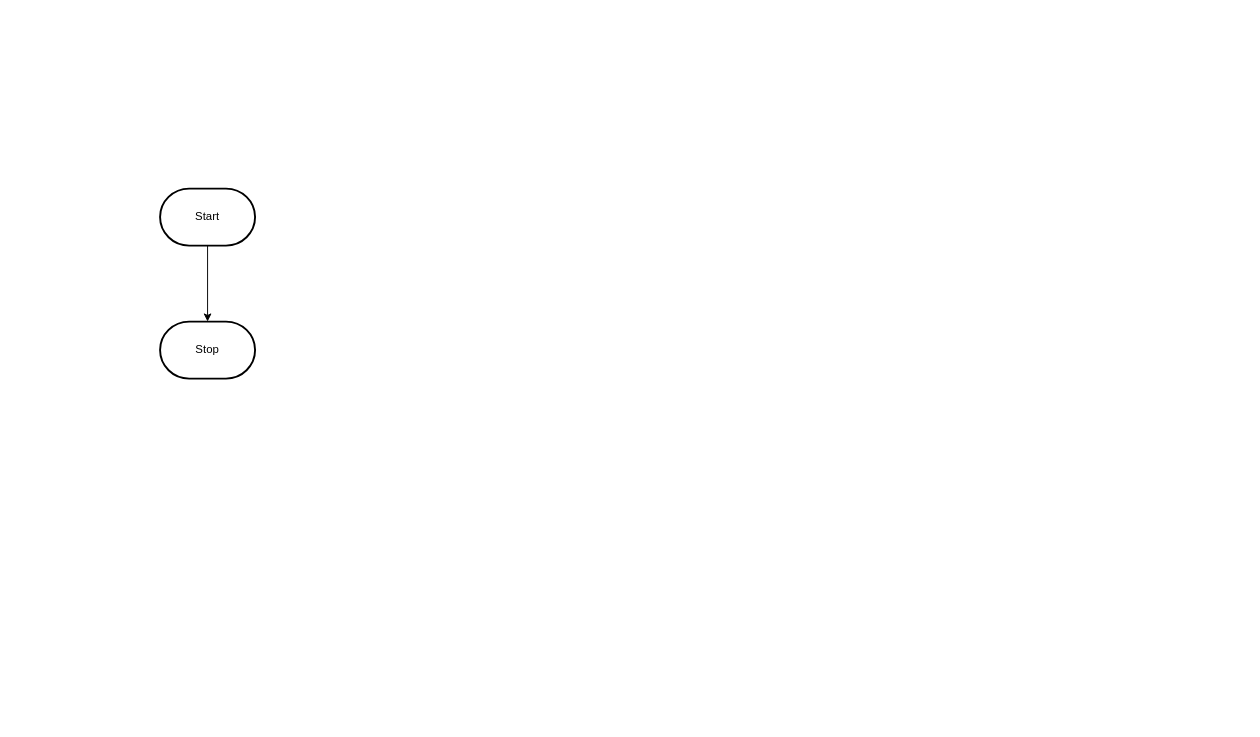
The draw.io diagram design/flowchart.drawio in MTHS-ICD2O-1-2023/ICD2O-Assignment-04-Adam-Batiuk, before the edit. Source tidied: cells renumbered, new cells numbered last; positions are measured from the earlier drawing's top-left corner, leaving out a move shared by most shapes. Both pictures are drawn from the tidied source at 95%, with x=0, y=0 at pixel (160, 188).
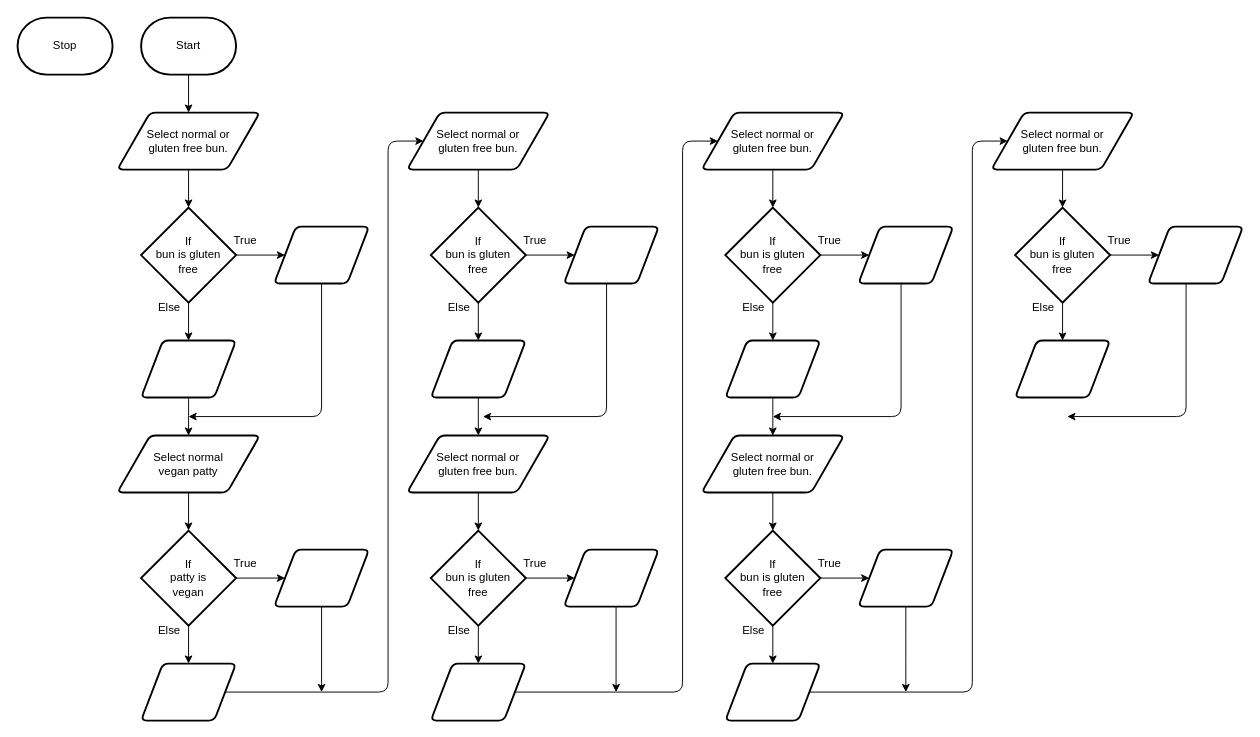
After the change.

Change to the diagram source:
```diff
@@
-    <mxCell id="2" style="edgeStyle=orthogonalEdgeStyle;html=1;rounded=0;" parent="1" edge="1" source="3" target="4">
-      <mxGeometry relative="1" as="geometry" />
-    </mxCell>
+    <mxCell id="5" style="edgeStyle=none;html=1;" parent="1" edge="1" source="3" target="7">
+      <mxGeometry relative="1" as="geometry" />
+    </mxCell>
     <mxCell id="3" value="Start" style="strokeWidth=2;html=1;shape=mxgraph.flowchart.terminator;whiteSpace=wrap;" parent="1" vertex="1">
-      <mxGeometry width="100" height="60" as="geometry" />
+      <mxGeometry x="-20" y="-180" width="100" height="60" as="geometry" />
     </mxCell>
     <mxCell id="4" value="Stop" style="strokeWidth=2;html=1;shape=mxgraph.flowchart.terminator;whiteSpace=wrap;" parent="1" vertex="1">
-      <mxGeometry y="140" width="100" height="60" as="geometry" />
+      <mxGeometry x="-150" y="-180" width="100" height="60" as="geometry" />
     </mxCell>
+    <mxCell id="6" style="edgeStyle=none;html=1;" parent="1" edge="1" source="7" target="10">
+      <mxGeometry relative="1" as="geometry" />
+    </mxCell>
+    <mxCell id="7" value="Select normal or &lt;br&gt;gluten free bun." style="shape=parallelogram;html=1;strokeWidth=2;perimeter=parallelogramPerimeter;whiteSpace=wrap;rounded=1;arcSize=12;size=0.23;" parent="1" vertex="1">
+      <mxGeometry x="-45" y="-80" width="150" height="60" as="geometry" />
+    </mxCell>
+    <mxCell id="8" style="edgeStyle=none;html=1;" parent="1" edge="1" source="10" target="12">
+      <mxGeometry relative="1" as="geometry" />
+    </mxCell>
+    <mxCell id="9" style="edgeStyle=none;html=1;" parent="1" edge="1" source="10" target="14">
+      <mxGeometry relative="1" as="geometry" />
+    </mxCell>
+    <mxCell id="10" value="If&lt;br&gt;bun is gluten &lt;br&gt;free" style="strokeWidth=2;html=1;shape=mxgraph.flowchart.decision;whiteSpace=wrap;" parent="1" vertex="1">
+      <mxGeometry x="-20" y="20" width="100" height="100" as="geometry" />
+    </mxCell>
+    <mxCell id="11" style="edgeStyle=elbowEdgeStyle;html=1;" parent="1" edge="1" source="12">
+      <mxGeometry relative="1" as="geometry">
+        <mxPoint x="30" y="240" as="targetPoint" />
+        <Array as="points">
+          <mxPoint x="170" y="160" />
+        </Array>
+      </mxGeometry>
+    </mxCell>
+    <mxCell id="12" style="shape=parallelogram;html=1;strokeWidth=2;perimeter=parallelogramPerimeter;whiteSpace=wrap;rounded=1;arcSize=12;size=0.23;" parent="1" vertex="1">
+      <mxGeometry x="120" y="40" width="100" height="60" as="geometry" />
+    </mxCell>
+    <mxCell id="13" style="edgeStyle=orthogonalEdgeStyle;curved=1;html=1;" parent="1" edge="1" source="14" target="18">
+      <mxGeometry relative="1" as="geometry" />
+    </mxCell>
+    <mxCell id="14" style="shape=parallelogram;html=1;strokeWidth=2;perimeter=parallelogramPerimeter;whiteSpace=wrap;rounded=1;arcSize=12;size=0.23;" parent="1" vertex="1">
+      <mxGeometry x="-20" y="160" width="100" height="60" as="geometry" />
+    </mxCell>
+    <mxCell id="15" value="True" style="text;html=1;strokeColor=none;fillColor=none;align=center;verticalAlign=middle;whiteSpace=wrap;rounded=0;" parent="1" vertex="1">
+      <mxGeometry x="60" y="40" width="60" height="30" as="geometry" />
+    </mxCell>
+    <mxCell id="16" value="Else" style="text;html=1;strokeColor=none;fillColor=none;align=center;verticalAlign=middle;whiteSpace=wrap;rounded=0;" parent="1" vertex="1">
+      <mxGeometry x="-20" y="110" width="60" height="30" as="geometry" />
+    </mxCell>
+    <mxCell id="17" style="edgeStyle=none;html=1;" parent="1" edge="1" source="18" target="21">
+      <mxGeometry relative="1" as="geometry" />
+    </mxCell>
+    <mxCell id="18" value="Select normal &lt;br&gt;vegan patty" style="shape=parallelogram;html=1;strokeWidth=2;perimeter=parallelogramPerimeter;whiteSpace=wrap;rounded=1;arcSize=12;size=0.23;" parent="1" vertex="1">
+      <mxGeometry x="-45" y="260" width="150" height="60" as="geometry" />
+    </mxCell>
+    <mxCell id="19" style="edgeStyle=none;html=1;" parent="1" edge="1" source="21" target="23">
+      <mxGeometry relative="1" as="geometry" />
+    </mxCell>
+    <mxCell id="20" style="edgeStyle=none;html=1;" parent="1" edge="1" source="21" target="25">
+      <mxGeometry relative="1" as="geometry" />
+    </mxCell>
+    <mxCell id="21" value="If&lt;br&gt;patty is &lt;br&gt;vegan" style="strokeWidth=2;html=1;shape=mxgraph.flowchart.decision;whiteSpace=wrap;" parent="1" vertex="1">
+      <mxGeometry x="-20" y="360" width="100" height="100" as="geometry" />
+    </mxCell>
+    <mxCell id="22" style="edgeStyle=elbowEdgeStyle;html=1;" parent="1" edge="1" source="23">
+      <mxGeometry relative="1" as="geometry">
+        <mxPoint x="170" y="530" as="targetPoint" />
+      </mxGeometry>
+    </mxCell>
+    <mxCell id="23" style="shape=parallelogram;html=1;strokeWidth=2;perimeter=parallelogramPerimeter;whiteSpace=wrap;rounded=1;arcSize=12;size=0.23;" parent="1" vertex="1">
+      <mxGeometry x="120" y="380" width="100" height="60" as="geometry" />
+    </mxCell>
+    <mxCell id="24" style="edgeStyle=elbowEdgeStyle;html=1;" parent="1" edge="1" source="25" target="29">
+      <mxGeometry relative="1" as="geometry">
+        <Array as="points">
+          <mxPoint x="240" y="230" />
+        </Array>
+      </mxGeometry>
+    </mxCell>
+    <mxCell id="25" style="shape=parallelogram;html=1;strokeWidth=2;perimeter=parallelogramPerimeter;whiteSpace=wrap;rounded=1;arcSize=12;size=0.23;" parent="1" vertex="1">
+      <mxGeometry x="-20" y="500" width="100" height="60" as="geometry" />
+    </mxCell>
+    <mxCell id="26" value="True" style="text;html=1;strokeColor=none;fillColor=none;align=center;verticalAlign=middle;whiteSpace=wrap;rounded=0;" parent="1" vertex="1">
+      <mxGeometry x="60" y="380" width="60" height="30" as="geometry" />
+    </mxCell>
+    <mxCell id="27" value="Else" style="text;html=1;strokeColor=none;fillColor=none;align=center;verticalAlign=middle;whiteSpace=wrap;rounded=0;" parent="1" vertex="1">
+      <mxGeometry x="-20" y="450" width="60" height="30" as="geometry" />
+    </mxCell>
+    <mxCell id="28" style="edgeStyle=none;html=1;" parent="1" edge="1" source="29" target="32">
+      <mxGeometry relative="1" as="geometry" />
+    </mxCell>
+    <mxCell id="29" value="Select normal or &lt;br&gt;gluten free bun." style="shape=parallelogram;html=1;strokeWidth=2;perimeter=parallelogramPerimeter;whiteSpace=wrap;rounded=1;arcSize=12;size=0.23;" parent="1" vertex="1">
+      <mxGeometry x="260" y="-80" width="150" height="60" as="geometry" />
+    </mxCell>
+    <mxCell id="30" style="edgeStyle=none;html=1;" parent="1" edge="1" source="32" target="34">
+      <mxGeometry relative="1" as="geometry" />
+    </mxCell>
+    <mxCell id="31" style="edgeStyle=none;html=1;" parent="1" edge="1" source="32" target="36">
+      <mxGeometry relative="1" as="geometry" />
+    </mxCell>
+    <mxCell id="32" value="If&lt;br&gt;bun is gluten &lt;br&gt;free" style="strokeWidth=2;html=1;shape=mxgraph.flowchart.decision;whiteSpace=wrap;" parent="1" vertex="1">
+      <mxGeometry x="285" y="20" width="100" height="100" as="geometry" />
+    </mxCell>
+    <mxCell id="33" style="edgeStyle=elbowEdgeStyle;html=1;" parent="1" edge="1" source="34">
+      <mxGeometry relative="1" as="geometry">
+        <mxPoint x="340" y="240" as="targetPoint" />
+        <Array as="points">
+          <mxPoint x="470" y="160" />
+        </Array>
+      </mxGeometry>
+    </mxCell>
+    <mxCell id="34" style="shape=parallelogram;html=1;strokeWidth=2;perimeter=parallelogramPerimeter;whiteSpace=wrap;rounded=1;arcSize=12;size=0.23;" parent="1" vertex="1">
+      <mxGeometry x="425" y="40" width="100" height="60" as="geometry" />
+    </mxCell>
+    <mxCell id="35" style="edgeStyle=elbowEdgeStyle;html=1;" parent="1" edge="1" source="36" target="40">
+      <mxGeometry relative="1" as="geometry" />
+    </mxCell>
+    <mxCell id="36" style="shape=parallelogram;html=1;strokeWidth=2;perimeter=parallelogramPerimeter;whiteSpace=wrap;rounded=1;arcSize=12;size=0.23;" parent="1" vertex="1">
+      <mxGeometry x="285" y="160" width="100" height="60" as="geometry" />
+    </mxCell>
+    <mxCell id="37" value="True" style="text;html=1;strokeColor=none;fillColor=none;align=center;verticalAlign=middle;whiteSpace=wrap;rounded=0;" parent="1" vertex="1">
+      <mxGeometry x="365" y="40" width="60" height="30" as="geometry" />
+    </mxCell>
+    <mxCell id="38" value="Else" style="text;html=1;strokeColor=none;fillColor=none;align=center;verticalAlign=middle;whiteSpace=wrap;rounded=0;" parent="1" vertex="1">
+      <mxGeometry x="285" y="110" width="60" height="30" as="geometry" />
+    </mxCell>
+    <mxCell id="39" style="edgeStyle=none;html=1;" parent="1" edge="1" source="40" target="43">
+      <mxGeometry relative="1" as="geometry" />
+    </mxCell>
+    <mxCell id="40" value="Select normal or &lt;br&gt;gluten free bun." style="shape=parallelogram;html=1;strokeWidth=2;perimeter=parallelogramPerimeter;whiteSpace=wrap;rounded=1;arcSize=12;size=0.23;" parent="1" vertex="1">
+      <mxGeometry x="260" y="260" width="150" height="60" as="geometry" />
+    </mxCell>
+    <mxCell id="41" style="edgeStyle=none;html=1;" parent="1" edge="1" source="43" target="45">
+      <mxGeometry relative="1" as="geometry" />
+    </mxCell>
+    <mxCell id="42" style="edgeStyle=none;html=1;" parent="1" edge="1" source="43" target="47">
+      <mxGeometry relative="1" as="geometry" />
+    </mxCell>
+    <mxCell id="43" value="If&lt;br&gt;bun is gluten &lt;br&gt;free" style="strokeWidth=2;html=1;shape=mxgraph.flowchart.decision;whiteSpace=wrap;" parent="1" vertex="1">
+      <mxGeometry x="285" y="360" width="100" height="100" as="geometry" />
+    </mxCell>
+    <mxCell id="44" style="edgeStyle=elbowEdgeStyle;html=1;" parent="1" edge="1" source="45">
+      <mxGeometry relative="1" as="geometry">
+        <mxPoint x="480" y="530" as="targetPoint" />
+      </mxGeometry>
+    </mxCell>
+    <mxCell id="45" style="shape=parallelogram;html=1;strokeWidth=2;perimeter=parallelogramPerimeter;whiteSpace=wrap;rounded=1;arcSize=12;size=0.23;" parent="1" vertex="1">
+      <mxGeometry x="425" y="380" width="100" height="60" as="geometry" />
+    </mxCell>
+    <mxCell id="46" style="edgeStyle=elbowEdgeStyle;html=1;" parent="1" edge="1" source="47" target="51">
+      <mxGeometry relative="1" as="geometry">
+        <Array as="points">
+          <mxPoint x="550" y="230" />
+        </Array>
+      </mxGeometry>
+    </mxCell>
+    <mxCell id="47" style="shape=parallelogram;html=1;strokeWidth=2;perimeter=parallelogramPerimeter;whiteSpace=wrap;rounded=1;arcSize=12;size=0.23;" parent="1" vertex="1">
+      <mxGeometry x="285" y="500" width="100" height="60" as="geometry" />
+    </mxCell>
+    <mxCell id="48" value="True" style="text;html=1;strokeColor=none;fillColor=none;align=center;verticalAlign=middle;whiteSpace=wrap;rounded=0;" parent="1" vertex="1">
+      <mxGeometry x="365" y="380" width="60" height="30" as="geometry" />
+    </mxCell>
+    <mxCell id="49" value="Else" style="text;html=1;strokeColor=none;fillColor=none;align=center;verticalAlign=middle;whiteSpace=wrap;rounded=0;" parent="1" vertex="1">
+      <mxGeometry x="285" y="450" width="60" height="30" as="geometry" />
+    </mxCell>
+    <mxCell id="50" style="edgeStyle=none;html=1;" parent="1" edge="1" source="51" target="54">
+      <mxGeometry relative="1" as="geometry" />
+    </mxCell>
+    <mxCell id="51" value="Select normal or &lt;br&gt;gluten free bun." style="shape=parallelogram;html=1;strokeWidth=2;perimeter=parallelogramPerimeter;whiteSpace=wrap;rounded=1;arcSize=12;size=0.23;" parent="1" vertex="1">
+      <mxGeometry x="570" y="-80" width="150" height="60" as="geometry" />
+    </mxCell>
+    <mxCell id="52" style="edgeStyle=none;html=1;" parent="1" edge="1" source="54" target="56">
+      <mxGeometry relative="1" as="geometry" />
+    </mxCell>
+    <mxCell id="53" style="edgeStyle=none;html=1;" parent="1" edge="1" source="54" target="58">
+      <mxGeometry relative="1" as="geometry" />
+    </mxCell>
+    <mxCell id="54" value="If&lt;br&gt;bun is gluten &lt;br&gt;free" style="strokeWidth=2;html=1;shape=mxgraph.flowchart.decision;whiteSpace=wrap;" parent="1" vertex="1">
+      <mxGeometry x="595" y="20" width="100" height="100" as="geometry" />
+    </mxCell>
+    <mxCell id="55" style="edgeStyle=elbowEdgeStyle;html=1;" parent="1" edge="1" source="56">
+      <mxGeometry relative="1" as="geometry">
+        <mxPoint x="645" y="240" as="targetPoint" />
+        <Array as="points">
+          <mxPoint x="780" y="160" />
+        </Array>
+      </mxGeometry>
+    </mxCell>
+    <mxCell id="56" style="shape=parallelogram;html=1;strokeWidth=2;perimeter=parallelogramPerimeter;whiteSpace=wrap;rounded=1;arcSize=12;size=0.23;" parent="1" vertex="1">
+      <mxGeometry x="735" y="40" width="100" height="60" as="geometry" />
+    </mxCell>
+    <mxCell id="57" style="edgeStyle=orthogonalEdgeStyle;curved=1;html=1;" parent="1" edge="1" source="58" target="62">
+      <mxGeometry relative="1" as="geometry" />
+    </mxCell>
+    <mxCell id="58" style="shape=parallelogram;html=1;strokeWidth=2;perimeter=parallelogramPerimeter;whiteSpace=wrap;rounded=1;arcSize=12;size=0.23;" parent="1" vertex="1">
+      <mxGeometry x="595" y="160" width="100" height="60" as="geometry" />
+    </mxCell>
+    <mxCell id="59" value="True" style="text;html=1;strokeColor=none;fillColor=none;align=center;verticalAlign=middle;whiteSpace=wrap;rounded=0;" parent="1" vertex="1">
+      <mxGeometry x="675" y="40" width="60" height="30" as="geometry" />
+    </mxCell>
+    <mxCell id="60" value="Else" style="text;html=1;strokeColor=none;fillColor=none;align=center;verticalAlign=middle;whiteSpace=wrap;rounded=0;" parent="1" vertex="1">
+      <mxGeometry x="595" y="110" width="60" height="30" as="geometry" />
+    </mxCell>
+    <mxCell id="61" style="edgeStyle=none;html=1;" parent="1" edge="1" source="62" target="65">
+      <mxGeometry relative="1" as="geometry" />
+    </mxCell>
+    <mxCell id="62" value="Select normal or &lt;br&gt;gluten free bun." style="shape=parallelogram;html=1;strokeWidth=2;perimeter=parallelogramPerimeter;whiteSpace=wrap;rounded=1;arcSize=12;size=0.23;" parent="1" vertex="1">
+      <mxGeometry x="570" y="260" width="150" height="60" as="geometry" />
+    </mxCell>
+    <mxCell id="63" style="edgeStyle=none;html=1;" parent="1" edge="1" source="65" target="67">
+      <mxGeometry relative="1" as="geometry" />
+    </mxCell>
+    <mxCell id="64" style="edgeStyle=none;html=1;" parent="1" edge="1" source="65" target="69">
+      <mxGeometry relative="1" as="geometry" />
+    </mxCell>
+    <mxCell id="65" value="If&lt;br&gt;bun is gluten &lt;br&gt;free" style="strokeWidth=2;html=1;shape=mxgraph.flowchart.decision;whiteSpace=wrap;" parent="1" vertex="1">
+      <mxGeometry x="595" y="360" width="100" height="100" as="geometry" />
+    </mxCell>
+    <mxCell id="66" style="edgeStyle=elbowEdgeStyle;html=1;" parent="1" edge="1" source="67">
+      <mxGeometry relative="1" as="geometry">
+        <mxPoint x="785" y="530" as="targetPoint" />
+      </mxGeometry>
+    </mxCell>
+    <mxCell id="67" style="shape=parallelogram;html=1;strokeWidth=2;perimeter=parallelogramPerimeter;whiteSpace=wrap;rounded=1;arcSize=12;size=0.23;" parent="1" vertex="1">
+      <mxGeometry x="735" y="380" width="100" height="60" as="geometry" />
+    </mxCell>
+    <mxCell id="68" style="edgeStyle=elbowEdgeStyle;html=1;" parent="1" edge="1" source="69" target="73">
+      <mxGeometry relative="1" as="geometry">
+        <Array as="points">
+          <mxPoint x="855" y="230" />
+        </Array>
+      </mxGeometry>
+    </mxCell>
+    <mxCell id="69" style="shape=parallelogram;html=1;strokeWidth=2;perimeter=parallelogramPerimeter;whiteSpace=wrap;rounded=1;arcSize=12;size=0.23;" parent="1" vertex="1">
+      <mxGeometry x="595" y="500" width="100" height="60" as="geometry" />
+    </mxCell>
+    <mxCell id="70" value="True" style="text;html=1;strokeColor=none;fillColor=none;align=center;verticalAlign=middle;whiteSpace=wrap;rounded=0;" parent="1" vertex="1">
+      <mxGeometry x="675" y="380" width="60" height="30" as="geometry" />
+    </mxCell>
+    <mxCell id="71" value="Else" style="text;html=1;strokeColor=none;fillColor=none;align=center;verticalAlign=middle;whiteSpace=wrap;rounded=0;" parent="1" vertex="1">
+      <mxGeometry x="595" y="450" width="60" height="30" as="geometry" />
+    </mxCell>
+    <mxCell id="72" style="edgeStyle=none;html=1;" parent="1" edge="1" source="73" target="76">
+      <mxGeometry relative="1" as="geometry" />
+    </mxCell>
+    <mxCell id="73" value="Select normal or &lt;br&gt;gluten free bun." style="shape=parallelogram;html=1;strokeWidth=2;perimeter=parallelogramPerimeter;whiteSpace=wrap;rounded=1;arcSize=12;size=0.23;" parent="1" vertex="1">
+      <mxGeometry x="875" y="-80" width="150" height="60" as="geometry" />
+    </mxCell>
+    <mxCell id="74" style="edgeStyle=none;html=1;" parent="1" edge="1" source="76" target="78">
+      <mxGeometry relative="1" as="geometry" />
+    </mxCell>
+    <mxCell id="75" style="edgeStyle=none;html=1;" parent="1" edge="1" source="76" target="79">
+      <mxGeometry relative="1" as="geometry" />
+    </mxCell>
+    <mxCell id="76" value="If&lt;br&gt;bun is gluten &lt;br&gt;free" style="strokeWidth=2;html=1;shape=mxgraph.flowchart.decision;whiteSpace=wrap;" parent="1" vertex="1">
+      <mxGeometry x="900" y="20" width="100" height="100" as="geometry" />
+    </mxCell>
+    <mxCell id="77" style="edgeStyle=elbowEdgeStyle;html=1;" parent="1" edge="1" source="78">
+      <mxGeometry relative="1" as="geometry">
+        <mxPoint x="955" y="240" as="targetPoint" />
+        <Array as="points">
+          <mxPoint x="1080" y="150" />
+        </Array>
+      </mxGeometry>
+    </mxCell>
+    <mxCell id="78" style="shape=parallelogram;html=1;strokeWidth=2;perimeter=parallelogramPerimeter;whiteSpace=wrap;rounded=1;arcSize=12;size=0.23;" parent="1" vertex="1">
+      <mxGeometry x="1040" y="40" width="100" height="60" as="geometry" />
+    </mxCell>
+    <mxCell id="79" style="shape=parallelogram;html=1;strokeWidth=2;perimeter=parallelogramPerimeter;whiteSpace=wrap;rounded=1;arcSize=12;size=0.23;" parent="1" vertex="1">
+      <mxGeometry x="900" y="160" width="100" height="60" as="geometry" />
+    </mxCell>
+    <mxCell id="80" value="True" style="text;html=1;strokeColor=none;fillColor=none;align=center;verticalAlign=middle;whiteSpace=wrap;rounded=0;" parent="1" vertex="1">
+      <mxGeometry x="980" y="40" width="60" height="30" as="geometry" />
+    </mxCell>
+    <mxCell id="81" value="Else" style="text;html=1;strokeColor=none;fillColor=none;align=center;verticalAlign=middle;whiteSpace=wrap;rounded=0;" parent="1" vertex="1">
+      <mxGeometry x="900" y="110" width="60" height="30" as="geometry" />
+    </mxCell>
```
